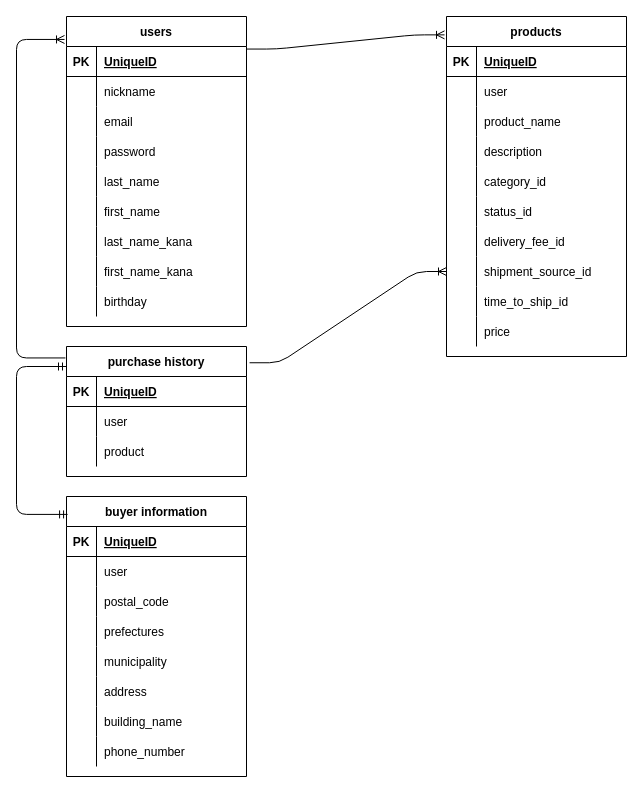
This is ER.dio from koshiro-saito/furima-31967, a draw.io file, before an edit. Source tidied: cells renumbered, new cells numbered last; positions are measured from the earlier drawing's top-left corner, leaving out a move shared by most shapes. Both pictures are drawn from the tidied source at 100%, with x=0, y=0 at pixel (16, 16).
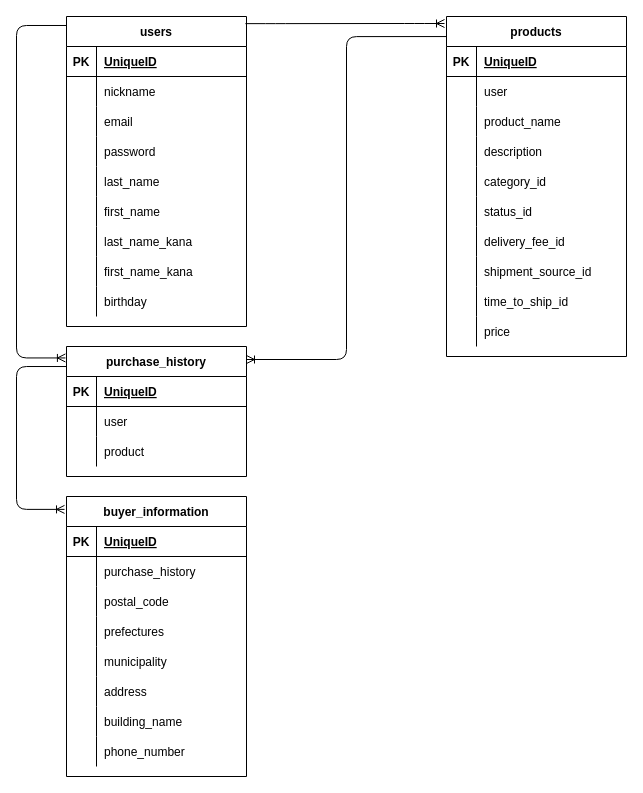
The same page after the edit.

The change refers to these unchanged cells:
```xml
<mxCell id="2" value="products" style="shape=table;startSize=30;childLayout=tableLayout;rowLines=0;fontStyle=1;align=center;" parent="1" vertex="1">
  <mxGeometry x="430" width="180" height="340" as="geometry" />
</mxCell>
<mxCell id="24" style="shape=partialRectangle;fillColor=none;top=0;left=0;bottom=0;right=0;points=[[0,0.5],[1,0.5]];portConstraint=eastwest;" parent="2" vertex="1">
  <mxGeometry y="240" width="180" height="30" as="geometry" />
</mxCell>
<mxCell id="33" value="users" style="shape=table;startSize=30;childLayout=tableLayout;rowLines=0;fontStyle=1;align=center;" parent="1" vertex="1">
  <mxGeometry x="50" width="180" height="310" as="geometry" />
</mxCell>
<mxCell id="76" style="shape=partialRectangle;fillColor=none;top=0;left=0;bottom=0;right=0;" parent="72" vertex="1">
  <mxGeometry y="60" width="180" height="30" as="geometry" />
</mxCell>
```

Diff of the diagram source:
```diff
@@
-    <mxCell id="61" value="purchase history" style="shape=table;startSize=30;childLayout=tableLayout;rowLines=0;fontStyle=1;align=center;" parent="1" vertex="1">
+    <mxCell id="61" value="purchase_history" style="shape=table;startSize=30;childLayout=tableLayout;rowLines=0;fontStyle=1;align=center;" parent="1" vertex="1">
       <mxGeometry x="50" y="330" width="180" height="130" as="geometry" />
     </mxCell>
@@
-    <mxCell id="71" style="edgeStyle=entityRelationEdgeStyle;fontSize=12;html=1;endArrow=ERoneToMany;exitX=1;exitY=0.105;exitDx=0;exitDy=0;exitPerimeter=0;entryX=-0.011;entryY=0.054;entryDx=0;entryDy=0;entryPerimeter=0;" parent="1" edge="1" source="33" target="2">
-      <mxGeometry relative="1" as="geometry" />
+    <mxCell id="71" style="edgeStyle=entityRelationEdgeStyle;fontSize=12;html=1;endArrow=ERoneToMany;exitX=0.994;exitY=0.023;exitDx=0;exitDy=0;exitPerimeter=0;" parent="1" edge="1" source="33">
+      <mxGeometry relative="1" as="geometry">
+        <mxPoint x="428" y="7" as="targetPoint" />
+      </mxGeometry>
     </mxCell>
-    <mxCell id="72" value="buyer information" style="shape=table;startSize=30;childLayout=tableLayout;rowLines=0;fontStyle=1;align=center;" parent="1" vertex="1">
+    <mxCell id="72" value="buyer_information" style="shape=table;startSize=30;childLayout=tableLayout;rowLines=0;fontStyle=1;align=center;" parent="1" vertex="1">
       <mxGeometry x="50" y="480" width="180" height="280" as="geometry" />
     </mxCell>
@@
-    <mxCell id="78" value="user" style="shape=partialRectangle;fillColor=none;top=0;left=0;bottom=0;right=0;align=left;spacingLeft=6;overflow=hidden;" parent="76" vertex="1">
+    <mxCell id="78" value="purchase_history" style="shape=partialRectangle;fillColor=none;top=0;left=0;bottom=0;right=0;align=left;spacingLeft=6;overflow=hidden;" parent="76" vertex="1">
       <mxGeometry x="30" width="150" height="30" as="geometry" />
     </mxCell>
@@
-    <mxCell id="97" style="edgeStyle=entityRelationEdgeStyle;fontSize=12;html=1;endArrow=ERoneToMany;entryX=0;entryY=0.5;entryDx=0;entryDy=0;exitX=1.017;exitY=0.125;exitDx=0;exitDy=0;exitPerimeter=0;" parent="1" edge="1" source="61" target="24">
-      <mxGeometry relative="1" as="geometry" />
+    <mxCell id="97" style="edgeStyle=orthogonalEdgeStyle;fontSize=12;html=1;endArrow=ERoneToMany;exitX=0;exitY=0.059;exitDx=0;exitDy=0;exitPerimeter=0;entryX=1;entryY=0.1;entryDx=0;entryDy=0;entryPerimeter=0;" parent="1" edge="1" source="2" target="61">
+      <mxGeometry relative="1" as="geometry">
+        <Array as="points">
+          <mxPoint x="330" y="20" />
+          <mxPoint x="330" y="343" />
+        </Array>
+      </mxGeometry>
     </mxCell>
-    <mxCell id="98" style="edgeStyle=elbowEdgeStyle;fontSize=12;html=1;endArrow=ERoneToMany;exitX=-0.006;exitY=0.088;exitDx=0;exitDy=0;entryX=-0.011;entryY=0.074;entryDx=0;entryDy=0;entryPerimeter=0;exitPerimeter=0;" parent="1" edge="1" source="61" target="33">
+    <mxCell id="98" style="edgeStyle=elbowEdgeStyle;fontSize=12;html=1;endArrow=ERoneToMany;exitX=0;exitY=0.029;exitDx=0;exitDy=0;entryX=-0.006;entryY=0.088;entryDx=0;entryDy=0;entryPerimeter=0;exitPerimeter=0;" parent="1" edge="1" source="33" target="61">
       <mxGeometry relative="1" as="geometry">
         <Array as="points">
           <mxPoint y="150" />
         </Array>
       </mxGeometry>
     </mxCell>
-    <mxCell id="99" style="edgeStyle=orthogonalEdgeStyle;fontSize=12;html=1;endArrow=ERmandOne;startArrow=ERmandOne;exitX=0.006;exitY=0.064;exitDx=0;exitDy=0;exitPerimeter=0;" parent="1" edge="1" source="72" target="61">
-      <mxGeometry relative="1" as="geometry">
-        <Array as="points">
-          <mxPoint y="498" />
-          <mxPoint y="350" />
-        </Array>
-      </mxGeometry>
-    </mxCell>
+    <mxCell id="100" style="edgeStyle=elbowEdgeStyle;fontSize=12;html=1;endArrow=ERoneToMany;exitX=0;exitY=0.154;exitDx=0;exitDy=0;exitPerimeter=0;entryX=-0.011;entryY=0.046;entryDx=0;entryDy=0;entryPerimeter=0;" parent="1" edge="1" source="61" target="72">
+      <mxGeometry relative="1" as="geometry">
+        <Array as="points">
+          <mxPoint y="420" />
+        </Array>
+      </mxGeometry>
+    </mxCell>
```
